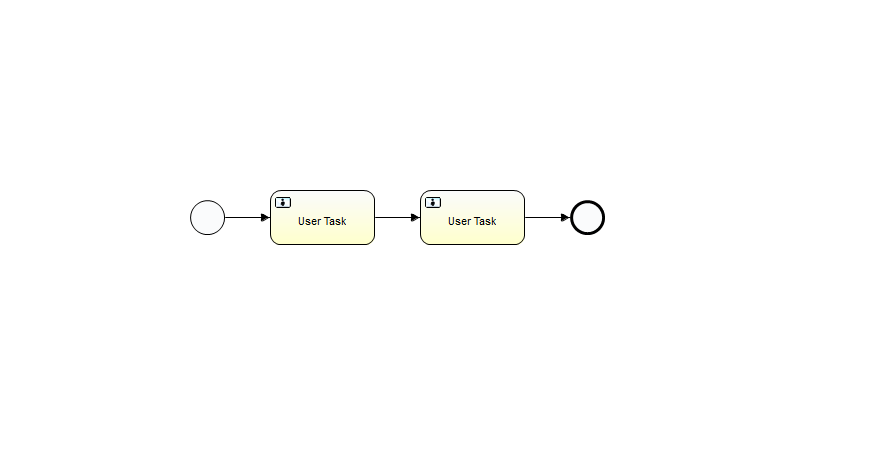
Above: bmpn/HelloWorld.png in uqarea123/activiti_s (BPMN), before the change. Its source is kept beside it as bmpn/HelloWorld.bpmn. Ids are renumbered. Its diagram source:
```xml
<definitions xmlns="http://www.omg.org/spec/BPMN/20100524/MODEL" xmlns:xsi="http://www.w3.org/2001/XMLSchema-instance" xmlns:xsd="http://www.w3.org/2001/XMLSchema" xmlns:activiti="http://activiti.org/bpmn" xmlns:bpmndi="http://www.omg.org/spec/BPMN/20100524/DI" xmlns:omgdc="http://www.omg.org/spec/DD/20100524/DC" xmlns:omgdi="http://www.omg.org/spec/DD/20100524/DI" typeLanguage="http://www.w3.org/2001/XMLSchema" expressionLanguage="http://www.w3.org/1999/XPath" targetNamespace="http://www.activiti.org/test">
  <process id="myProcess" name="My process" isExecutable="true">
    <startEvent id="startevent1" name="Start"></startEvent>
    <userTask id="usertask1" name="User Task"></userTask>
    <sequenceFlow id="flow1" sourceRef="startevent1" targetRef="usertask1"></sequenceFlow>
    <userTask id="usertask2" name="User Task"></userTask>
    <sequenceFlow id="flow2" sourceRef="usertask1" targetRef="usertask2"></sequenceFlow>
    <endEvent id="endevent1" name="End"></endEvent>
    <sequenceFlow id="flow3" sourceRef="usertask2" targetRef="endevent1"></sequenceFlow>
  </process>
  <bpmndi:BPMNDiagram id="BPMNDiagram_myProcess">
    <bpmndi:BPMNPlane bpmnElement="myProcess" id="BPMNPlane_myProcess">
      <bpmndi:BPMNShape bpmnElement="startevent1" id="BPMNShape_startevent1">
        <omgdc:Bounds height="35.0" width="35.0" x="190.0" y="200.0"></omgdc:Bounds>
      </bpmndi:BPMNShape>
      <bpmndi:BPMNShape bpmnElement="usertask1" id="BPMNShape_usertask1">
        <omgdc:Bounds height="55.0" width="105.0" x="270.0" y="190.0"></omgdc:Bounds>
      </bpmndi:BPMNShape>
      <bpmndi:BPMNShape bpmnElement="usertask2" id="BPMNShape_usertask2">
        <omgdc:Bounds height="55.0" width="105.0" x="420.0" y="190.0"></omgdc:Bounds>
      </bpmndi:BPMNShape>
      <bpmndi:BPMNShape bpmnElement="endevent1" id="BPMNShape_endevent1">
        <omgdc:Bounds height="35.0" width="35.0" x="570.0" y="200.0"></omgdc:Bounds>
      </bpmndi:BPMNShape>
      <bpmndi:BPMNEdge bpmnElement="flow1" id="BPMNEdge_flow1">
        <omgdi:waypoint x="225.0" y="217.0"></omgdi:waypoint>
        <omgdi:waypoint x="270.0" y="217.0"></omgdi:waypoint>
      </bpmndi:BPMNEdge>
      <bpmndi:BPMNEdge bpmnElement="flow2" id="BPMNEdge_flow2">
        <omgdi:waypoint x="375.0" y="217.0"></omgdi:waypoint>
        <omgdi:waypoint x="420.0" y="217.0"></omgdi:waypoint>
      </bpmndi:BPMNEdge>
      <bpmndi:BPMNEdge bpmnElement="flow3" id="BPMNEdge_flow3">
        <omgdi:waypoint x="525.0" y="217.0"></omgdi:waypoint>
        <omgdi:waypoint x="570.0" y="217.0"></omgdi:waypoint>
      </bpmndi:BPMNEdge>
    </bpmndi:BPMNPlane>
  </bpmndi:BPMNDiagram>
</definitions>
```
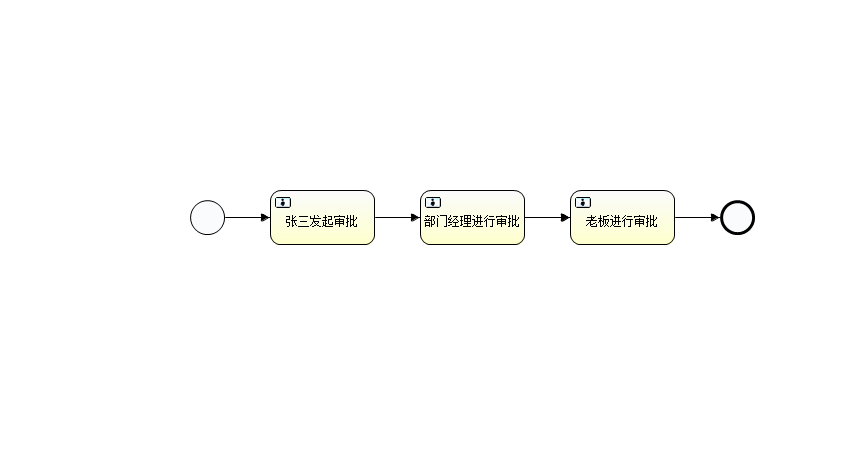
The same file after the commit.

The edit, as a diff of the source:
```diff
@@ -1,12 +1,16 @@
 <definitions xmlns="http://www.omg.org/spec/BPMN/20100524/MODEL" xmlns:xsi="http://www.w3.org/2001/XMLSchema-instance" xmlns:xsd="http://www.w3.org/2001/XMLSchema" xmlns:activiti="http://activiti.org/bpmn" xmlns:bpmndi="http://www.omg.org/spec/BPMN/20100524/DI" xmlns:omgdc="http://www.omg.org/spec/DD/20100524/DC" xmlns:omgdi="http://www.omg.org/spec/DD/20100524/DI" typeLanguage="http://www.w3.org/2001/XMLSchema" expressionLanguage="http://www.w3.org/1999/XPath" targetNamespace="http://www.activiti.org/test">
   <process id="myProcess" name="My process" isExecutable="true">
     <startEvent id="startevent1" name="Start"></startEvent>
-    <userTask id="usertask1" name="User Task"></userTask>
+    <userTask id="usertask1" name="张三发起审批" activiti:assignee="张三"></userTask>
     <sequenceFlow id="flow1" sourceRef="startevent1" targetRef="usertask1"></sequenceFlow>
-    <userTask id="usertask2" name="User Task"></userTask>
+    <userTask id="usertask2" name="部门经理进行审批" activiti:assignee="部门经理"></userTask>
     <sequenceFlow id="flow2" sourceRef="usertask1" targetRef="usertask2"></sequenceFlow>
     <endEvent id="endevent1" name="End"></endEvent>
     <sequenceFlow id="flow3" sourceRef="usertask2" targetRef="endevent1"></sequenceFlow>
+    <userTask id="usertask3" name="老板进行审批" activiti:assignee="老板"></userTask>
+    <sequenceFlow id="flow4" sourceRef="usertask2" targetRef="usertask3"></sequenceFlow>
+    <endEvent id="endevent2" name="End"></endEvent>
+    <sequenceFlow id="flow5" sourceRef="usertask3" targetRef="endevent2"></sequenceFlow>
   </process>
   <bpmndi:BPMNDiagram id="BPMNDiagram_myProcess">
     <bpmndi:BPMNPlane bpmnElement="myProcess" id="BPMNPlane_myProcess">
@@ -22,6 +26,12 @@
       <bpmndi:BPMNShape bpmnElement="endevent1" id="BPMNShape_endevent1">
         <omgdc:Bounds height="35.0" width="35.0" x="570.0" y="200.0"></omgdc:Bounds>
       </bpmndi:BPMNShape>
+      <bpmndi:BPMNShape bpmnElement="usertask3" id="BPMNShape_usertask3">
+        <omgdc:Bounds height="55.0" width="105.0" x="570.0" y="190.0"></omgdc:Bounds>
+      </bpmndi:BPMNShape>
+      <bpmndi:BPMNShape bpmnElement="endevent2" id="BPMNShape_endevent2">
+        <omgdc:Bounds height="35.0" width="35.0" x="720.0" y="200.0"></omgdc:Bounds>
+      </bpmndi:BPMNShape>
       <bpmndi:BPMNEdge bpmnElement="flow1" id="BPMNEdge_flow1">
         <omgdi:waypoint x="225.0" y="217.0"></omgdi:waypoint>
         <omgdi:waypoint x="270.0" y="217.0"></omgdi:waypoint>
@@ -34,6 +44,14 @@
         <omgdi:waypoint x="525.0" y="217.0"></omgdi:waypoint>
         <omgdi:waypoint x="570.0" y="217.0"></omgdi:waypoint>
       </bpmndi:BPMNEdge>
+      <bpmndi:BPMNEdge bpmnElement="flow4" id="BPMNEdge_flow4">
+        <omgdi:waypoint x="525.0" y="217.0"></omgdi:waypoint>
+        <omgdi:waypoint x="570.0" y="217.0"></omgdi:waypoint>
+      </bpmndi:BPMNEdge>
+      <bpmndi:BPMNEdge bpmnElement="flow5" id="BPMNEdge_flow5">
+        <omgdi:waypoint x="675.0" y="217.0"></omgdi:waypoint>
+        <omgdi:waypoint x="720.0" y="217.0"></omgdi:waypoint>
+      </bpmndi:BPMNEdge>
     </bpmndi:BPMNPlane>
   </bpmndi:BPMNDiagram>
 </definitions>
```
